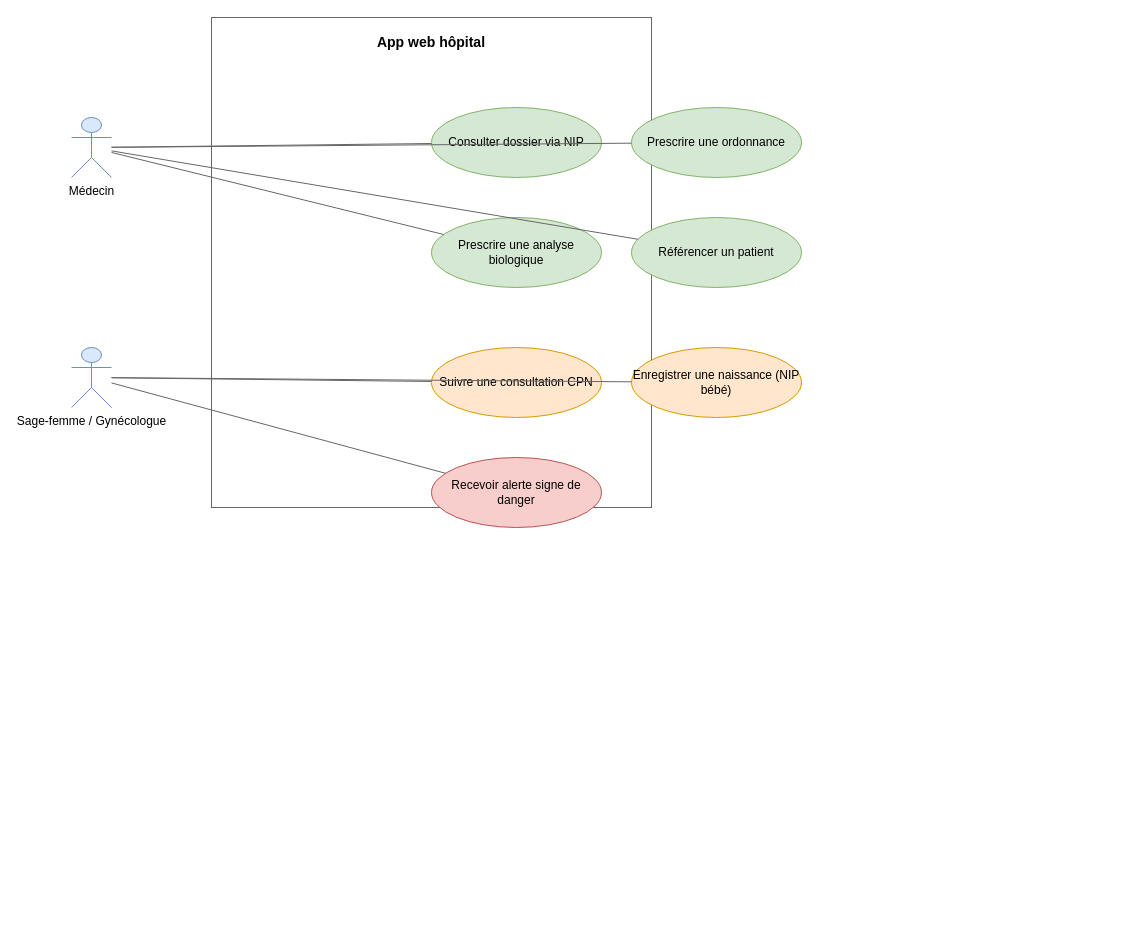
Earlier version of the draw.io diagram page "App Web Hôpital" (6 of 9) of docs/diagrammes/LaafiCare_Cas_Utilisation.drawio (KABORE-c-elie/LaafiCare). Source tidied: cells renumbered, new cells numbered last; positions are measured from the earlier drawing's top-left corner, leaving out a move shared by most shapes. Both pictures are drawn from the tidied source at 100%, with x=0, y=0 at pixel (71, 17).
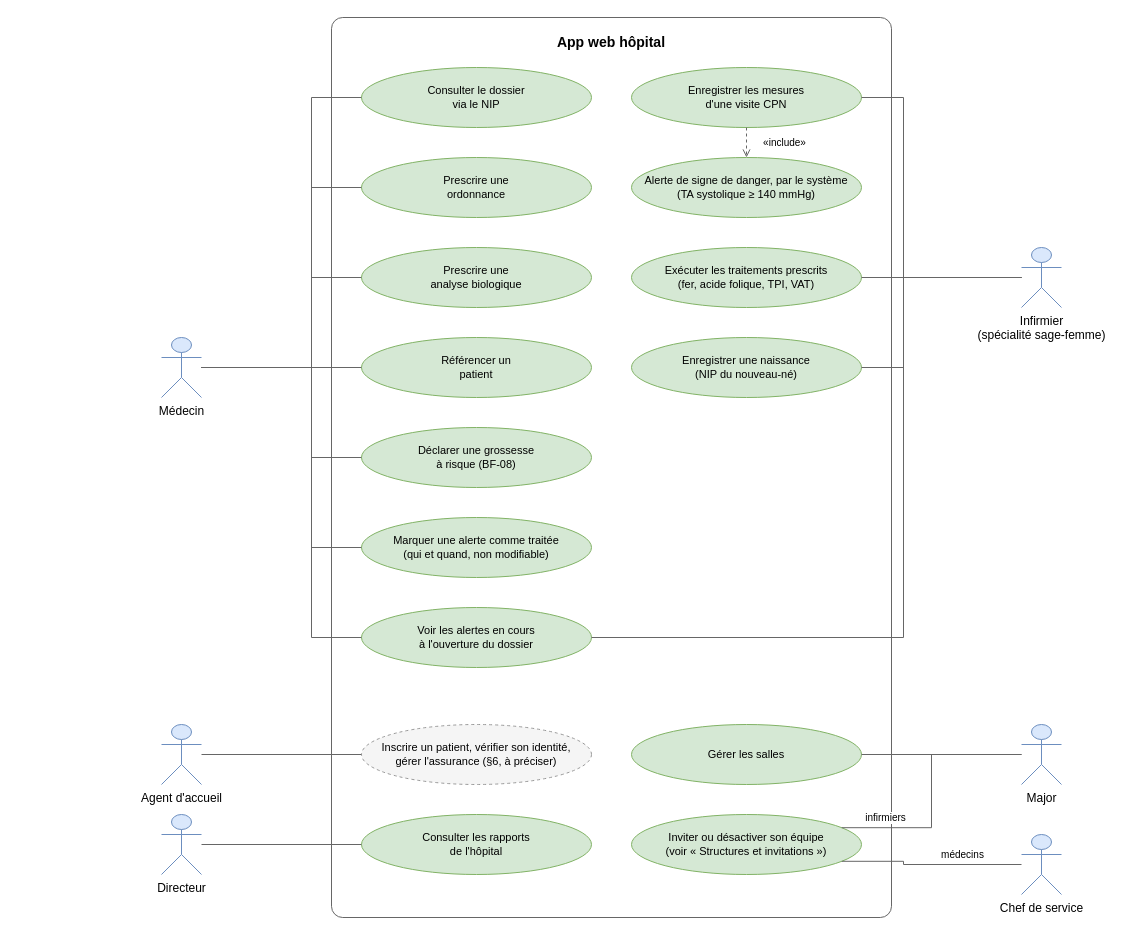
The same page after the edit.

Diff of the diagram source:
```diff
@@
-    <mxCell id="2" value="App web hôpital" style="rounded=8;whiteSpace=wrap;html=1;verticalAlign=top;fillColor=none;strokeColor=#666666;fontSize=14;fontStyle=1;align=center;spacingTop=10;" parent="1" vertex="1">
-      <mxGeometry x="140" width="440" height="490" as="geometry" />
+    <mxCell id="2" value="App web hôpital" style="rounded=1;arcSize=2;whiteSpace=wrap;html=1;verticalAlign=top;fillColor=none;strokeColor=#666666;fontSize=14;fontStyle=1;align=center;spacingTop=10;" parent="1" vertex="1">
+      <mxGeometry x="260" width="560" height="900" as="geometry" />
     </mxCell>
-    <mxCell id="3" value="Médecin" style="shape=umlActor;verticalLabelPosition=bottom;verticalAlign=top;html=1;outlineConnect=0;fillColor=#dae8fc;strokeColor=#6c8ebf;" parent="1" vertex="1">
-      <mxGeometry y="100" width="40" height="60" as="geometry" />
-    </mxCell>
-    <mxCell id="4" value="Sage-femme / Gynécologue" style="shape=umlActor;verticalLabelPosition=bottom;verticalAlign=top;html=1;outlineConnect=0;fillColor=#dae8fc;strokeColor=#6c8ebf;" parent="1" vertex="1">
-      <mxGeometry y="330" width="40" height="60" as="geometry" />
-    </mxCell>
-    <mxCell id="5" value="Consulter dossier via NIP" style="ellipse;whiteSpace=wrap;html=1;fillColor=#d5e8d4;strokeColor=#82b366;" parent="2" vertex="1">
-      <mxGeometry x="220" y="90" width="170" height="70" as="geometry" />
+    <mxCell id="5" value="Consulter le dossier&lt;br/&gt;via le NIP" style="ellipse;whiteSpace=wrap;html=1;fillColor=#d5e8d4;strokeColor=#82b366;fontSize=11;" parent="2" vertex="1">
+      <mxGeometry x="30" y="50" width="230" height="60" as="geometry" />
     </mxCell>
-    <mxCell id="6" value="Prescrire une ordonnance" style="ellipse;whiteSpace=wrap;html=1;fillColor=#d5e8d4;strokeColor=#82b366;" parent="2" vertex="1">
-      <mxGeometry x="420" y="90" width="170" height="70" as="geometry" />
+    <mxCell id="6" value="Prescrire une&lt;br/&gt;ordonnance" style="ellipse;whiteSpace=wrap;html=1;fillColor=#d5e8d4;strokeColor=#82b366;fontSize=11;" parent="2" vertex="1">
+      <mxGeometry x="30" y="140" width="230" height="60" as="geometry" />
     </mxCell>
-    <mxCell id="7" value="Prescrire une analyse biologique" style="ellipse;whiteSpace=wrap;html=1;fillColor=#d5e8d4;strokeColor=#82b366;" parent="2" vertex="1">
-      <mxGeometry x="220" y="200" width="170" height="70" as="geometry" />
+    <mxCell id="7" value="Prescrire une&lt;br/&gt;analyse biologique" style="ellipse;whiteSpace=wrap;html=1;fillColor=#d5e8d4;strokeColor=#82b366;fontSize=11;" parent="2" vertex="1">
+      <mxGeometry x="30" y="230" width="230" height="60" as="geometry" />
     </mxCell>
-    <mxCell id="8" value="Référencer un patient" style="ellipse;whiteSpace=wrap;html=1;fillColor=#d5e8d4;strokeColor=#82b366;" parent="2" vertex="1">
-      <mxGeometry x="420" y="200" width="170" height="70" as="geometry" />
+    <mxCell id="8" value="Référencer un&lt;br/&gt;patient" style="ellipse;whiteSpace=wrap;html=1;fillColor=#d5e8d4;strokeColor=#82b366;fontSize=11;" parent="2" vertex="1">
+      <mxGeometry x="30" y="320" width="230" height="60" as="geometry" />
     </mxCell>
+    <mxCell id="19" value="Déclarer une grossesse&lt;br/&gt;à risque (BF-08)" style="ellipse;whiteSpace=wrap;html=1;fillColor=#d5e8d4;strokeColor=#82b366;fontSize=11;" parent="2" vertex="1">
+      <mxGeometry x="30" y="410" width="230" height="60" as="geometry" />
+    </mxCell>
+    <mxCell id="20" value="Marquer une alerte comme traitée&lt;br/&gt;(qui et quand, non modifiable)" style="ellipse;whiteSpace=wrap;html=1;fillColor=#d5e8d4;strokeColor=#82b366;fontSize=11;" parent="2" vertex="1">
+      <mxGeometry x="30" y="500" width="230" height="60" as="geometry" />
+    </mxCell>
+    <mxCell id="11" value="Voir les alertes en cours&lt;br/&gt;à l'ouverture du dossier" style="ellipse;whiteSpace=wrap;html=1;fillColor=#d5e8d4;strokeColor=#82b366;fontSize=11;" parent="2" vertex="1">
+      <mxGeometry x="30" y="590" width="230" height="60" as="geometry" />
+    </mxCell>
+    <mxCell id="21" value="Inscrire un patient, vérifier son identité,&lt;br/&gt;gérer l'assurance (§6, à préciser)" style="ellipse;whiteSpace=wrap;html=1;fillColor=#f5f5f5;strokeColor=#999999;dashed=1;fontSize=11;" parent="2" vertex="1">
+      <mxGeometry x="30" y="707" width="230" height="60" as="geometry" />
+    </mxCell>
+    <mxCell id="22" value="Consulter les rapports&lt;br/&gt;de l'hôpital" style="ellipse;whiteSpace=wrap;html=1;fillColor=#d5e8d4;strokeColor=#82b366;fontSize=11;" parent="2" vertex="1">
+      <mxGeometry x="30" y="797" width="230" height="60" as="geometry" />
+    </mxCell>
-    <mxCell id="9" value="Suivre une consultation CPN" style="ellipse;whiteSpace=wrap;html=1;fillColor=#ffe6cc;strokeColor=#d79b00;" parent="2" vertex="1">
-      <mxGeometry x="220" y="330" width="170" height="70" as="geometry" />
+    <mxCell id="9" value="Enregistrer les mesures&lt;br/&gt;d'une visite CPN" style="ellipse;whiteSpace=wrap;html=1;fillColor=#d5e8d4;strokeColor=#82b366;fontSize=11;" parent="2" vertex="1">
+      <mxGeometry x="300" y="50" width="230" height="60" as="geometry" />
     </mxCell>
+    <mxCell id="23" value="Alerte de signe de danger, par le système&lt;br/&gt;(TA systolique ≥ 140 mmHg)" style="ellipse;whiteSpace=wrap;html=1;fillColor=#d5e8d4;strokeColor=#82b366;fontSize=11;" parent="2" vertex="1">
+      <mxGeometry x="300" y="140" width="230" height="60" as="geometry" />
+    </mxCell>
+    <mxCell id="24" value="Exécuter les traitements prescrits&lt;br/&gt;(fer, acide folique, TPI, VAT)" style="ellipse;whiteSpace=wrap;html=1;fillColor=#d5e8d4;strokeColor=#82b366;fontSize=11;" parent="2" vertex="1">
+      <mxGeometry x="300" y="230" width="230" height="60" as="geometry" />
+    </mxCell>
-    <mxCell id="10" value="Enregistrer une naissance (NIP bébé)" style="ellipse;whiteSpace=wrap;html=1;fillColor=#ffe6cc;strokeColor=#d79b00;" parent="2" vertex="1">
-      <mxGeometry x="420" y="330" width="170" height="70" as="geometry" />
+    <mxCell id="10" value="Enregistrer une naissance&lt;br/&gt;(NIP du nouveau-né)" style="ellipse;whiteSpace=wrap;html=1;fillColor=#d5e8d4;strokeColor=#82b366;fontSize=11;" parent="2" vertex="1">
+      <mxGeometry x="300" y="320" width="230" height="60" as="geometry" />
     </mxCell>
-    <mxCell id="11" value="Recevoir alerte signe de danger" style="ellipse;whiteSpace=wrap;html=1;fillColor=#f8cecc;strokeColor=#b85450;" parent="2" vertex="1">
-      <mxGeometry x="220" y="440" width="170" height="70" as="geometry" />
-    </mxCell>
+    <mxCell id="25" value="Gérer les salles" style="ellipse;whiteSpace=wrap;html=1;fillColor=#d5e8d4;strokeColor=#82b366;fontSize=11;" parent="2" vertex="1">
+      <mxGeometry x="300" y="707" width="230" height="60" as="geometry" />
+    </mxCell>
+    <mxCell id="26" value="Inviter ou désactiver son équipe&lt;br/&gt;(voir « Structures et invitations »)" style="ellipse;whiteSpace=wrap;html=1;fillColor=#d5e8d4;strokeColor=#82b366;fontSize=11;" parent="2" vertex="1">
+      <mxGeometry x="300" y="797" width="230" height="60" as="geometry" />
+    </mxCell>
+    <mxCell id="3" value="Médecin" style="shape=umlActor;verticalLabelPosition=bottom;verticalAlign=top;html=1;outlineConnect=0;fillColor=#dae8fc;strokeColor=#6c8ebf;" parent="1" vertex="1">
+      <mxGeometry x="90" y="320" width="40" height="60" as="geometry" />
+    </mxCell>
+    <mxCell id="27" value="Agent d'accueil" style="shape=umlActor;verticalLabelPosition=bottom;verticalAlign=top;html=1;outlineConnect=0;fillColor=#dae8fc;strokeColor=#6c8ebf;" parent="1" vertex="1">
+      <mxGeometry x="90" y="707" width="40" height="60" as="geometry" />
+    </mxCell>
+    <mxCell id="28" value="Directeur" style="shape=umlActor;verticalLabelPosition=bottom;verticalAlign=top;html=1;outlineConnect=0;fillColor=#dae8fc;strokeColor=#6c8ebf;" parent="1" vertex="1">
+      <mxGeometry x="90" y="797" width="40" height="60" as="geometry" />
+    </mxCell>
+    <mxCell id="29" value="Infirmier&lt;br/&gt;(spécialité sage-femme)" style="shape=umlActor;verticalLabelPosition=bottom;verticalAlign=top;html=1;outlineConnect=0;fillColor=#dae8fc;strokeColor=#6c8ebf;" parent="1" vertex="1">
+      <mxGeometry x="950" y="230" width="40" height="60" as="geometry" />
+    </mxCell>
+    <mxCell id="30" value="Major" style="shape=umlActor;verticalLabelPosition=bottom;verticalAlign=top;html=1;outlineConnect=0;fillColor=#dae8fc;strokeColor=#6c8ebf;" parent="1" vertex="1">
+      <mxGeometry x="950" y="707" width="40" height="60" as="geometry" />
+    </mxCell>
+    <mxCell id="31" value="Chef de service" style="shape=umlActor;verticalLabelPosition=bottom;verticalAlign=top;html=1;outlineConnect=0;fillColor=#dae8fc;strokeColor=#6c8ebf;" parent="1" vertex="1">
+      <mxGeometry x="950" y="817" width="40" height="60" as="geometry" />
+    </mxCell>
-    <mxCell id="12" style="endArrow=none;html=1;strokeColor=#666666;" parent="1" edge="1" source="3" target="5">
-      <mxGeometry relative="1" as="geometry" />
+    <mxCell id="12" style="edgeStyle=orthogonalEdgeStyle;rounded=0;html=1;endArrow=none;strokeColor=#666666;fontSize=10;labelBackgroundColor=#ffffff;exitX=1;exitY=0.5;exitDx=0;exitDy=0;exitPerimeter=0;entryX=0.0000;entryY=0.5000;entryDx=0;entryDy=0;entryPerimeter=0;" parent="1" edge="1" source="3" target="5">
+      <mxGeometry relative="1" as="geometry">
+        <Array as="points">
+          <mxPoint x="240" y="350" />
+          <mxPoint x="240" y="80" />
+        </Array>
+      </mxGeometry>
     </mxCell>
-    <mxCell id="13" style="endArrow=none;html=1;strokeColor=#666666;" parent="1" edge="1" source="3" target="6">
-      <mxGeometry relative="1" as="geometry" />
+    <mxCell id="13" style="edgeStyle=orthogonalEdgeStyle;rounded=0;html=1;endArrow=none;strokeColor=#666666;fontSize=10;labelBackgroundColor=#ffffff;exitX=1;exitY=0.5;exitDx=0;exitDy=0;exitPerimeter=0;entryX=0.0000;entryY=0.5000;entryDx=0;entryDy=0;entryPerimeter=0;" parent="1" edge="1" source="3" target="6">
+      <mxGeometry relative="1" as="geometry">
+        <Array as="points">
+          <mxPoint x="240" y="350" />
+          <mxPoint x="240" y="170" />
+        </Array>
+      </mxGeometry>
     </mxCell>
-    <mxCell id="14" style="endArrow=none;html=1;strokeColor=#666666;" parent="1" edge="1" source="3" target="7">
-      <mxGeometry relative="1" as="geometry" />
+    <mxCell id="14" style="edgeStyle=orthogonalEdgeStyle;rounded=0;html=1;endArrow=none;strokeColor=#666666;fontSize=10;labelBackgroundColor=#ffffff;exitX=1;exitY=0.5;exitDx=0;exitDy=0;exitPerimeter=0;entryX=0.0000;entryY=0.5000;entryDx=0;entryDy=0;entryPerimeter=0;" parent="1" edge="1" source="3" target="7">
+      <mxGeometry relative="1" as="geometry">
+        <Array as="points">
+          <mxPoint x="240" y="350" />
+          <mxPoint x="240" y="260" />
+        </Array>
+      </mxGeometry>
     </mxCell>
-    <mxCell id="15" style="endArrow=none;html=1;strokeColor=#666666;" parent="1" edge="1" source="3" target="8">
+    <mxCell id="15" style="edgeStyle=orthogonalEdgeStyle;rounded=0;html=1;endArrow=none;strokeColor=#666666;fontSize=10;labelBackgroundColor=#ffffff;exitX=1;exitY=0.5;exitDx=0;exitDy=0;exitPerimeter=0;entryX=0.0000;entryY=0.5000;entryDx=0;entryDy=0;entryPerimeter=0;" parent="1" edge="1" source="3" target="8">
       <mxGeometry relative="1" as="geometry" />
     </mxCell>
-    <mxCell id="16" style="endArrow=none;html=1;strokeColor=#666666;" parent="1" edge="1" source="4" target="9">
-      <mxGeometry relative="1" as="geometry" />
-    </mxCell>
-    <mxCell id="17" style="endArrow=none;html=1;strokeColor=#666666;" parent="1" edge="1" source="4" target="10">
-      <mxGeometry relative="1" as="geometry" />
-    </mxCell>
-    <mxCell id="18" style="endArrow=none;html=1;strokeColor=#666666;" parent="1" edge="1" source="4" target="11">
-      <mxGeometry relative="1" as="geometry" />
-    </mxCell>
+    <mxCell id="32" style="edgeStyle=orthogonalEdgeStyle;rounded=0;html=1;endArrow=none;strokeColor=#666666;fontSize=10;labelBackgroundColor=#ffffff;exitX=1;exitY=0.5;exitDx=0;exitDy=0;exitPerimeter=0;entryX=0.0000;entryY=0.5000;entryDx=0;entryDy=0;entryPerimeter=0;" parent="1" edge="1" source="3" target="19">
+      <mxGeometry relative="1" as="geometry">
+        <Array as="points">
+          <mxPoint x="240" y="350" />
+          <mxPoint x="240" y="440" />
+        </Array>
+      </mxGeometry>
+    </mxCell>
+    <mxCell id="33" style="edgeStyle=orthogonalEdgeStyle;rounded=0;html=1;endArrow=none;strokeColor=#666666;fontSize=10;labelBackgroundColor=#ffffff;exitX=1;exitY=0.5;exitDx=0;exitDy=0;exitPerimeter=0;entryX=0.0000;entryY=0.5000;entryDx=0;entryDy=0;entryPerimeter=0;" parent="1" edge="1" source="3" target="20">
+      <mxGeometry relative="1" as="geometry">
+        <Array as="points">
+          <mxPoint x="240" y="350" />
+          <mxPoint x="240" y="530" />
+        </Array>
+      </mxGeometry>
+    </mxCell>
+    <mxCell id="34" style="edgeStyle=orthogonalEdgeStyle;rounded=0;html=1;endArrow=none;strokeColor=#666666;fontSize=10;labelBackgroundColor=#ffffff;exitX=1;exitY=0.5;exitDx=0;exitDy=0;exitPerimeter=0;entryX=0.0000;entryY=0.5000;entryDx=0;entryDy=0;entryPerimeter=0;" parent="1" edge="1" source="3" target="11">
+      <mxGeometry relative="1" as="geometry">
+        <Array as="points">
+          <mxPoint x="240" y="350" />
+          <mxPoint x="240" y="620" />
+        </Array>
+      </mxGeometry>
+    </mxCell>
+    <mxCell id="35" style="edgeStyle=orthogonalEdgeStyle;rounded=0;html=1;endArrow=none;strokeColor=#666666;fontSize=10;labelBackgroundColor=#ffffff;exitX=0;exitY=0.5;exitDx=0;exitDy=0;exitPerimeter=0;entryX=1.0000;entryY=0.5000;entryDx=0;entryDy=0;entryPerimeter=0;" parent="1" edge="1" source="29" target="9">
+      <mxGeometry relative="1" as="geometry">
+        <Array as="points">
+          <mxPoint x="832" y="260" />
+          <mxPoint x="832" y="80" />
+        </Array>
+      </mxGeometry>
+    </mxCell>
+    <mxCell id="36" style="edgeStyle=orthogonalEdgeStyle;rounded=0;html=1;endArrow=none;strokeColor=#666666;fontSize=10;labelBackgroundColor=#ffffff;exitX=0;exitY=0.5;exitDx=0;exitDy=0;exitPerimeter=0;entryX=1.0000;entryY=0.5000;entryDx=0;entryDy=0;entryPerimeter=0;" parent="1" edge="1" source="29" target="24">
+      <mxGeometry relative="1" as="geometry" />
+    </mxCell>
+    <mxCell id="37" style="edgeStyle=orthogonalEdgeStyle;rounded=0;html=1;endArrow=none;strokeColor=#666666;fontSize=10;labelBackgroundColor=#ffffff;exitX=0;exitY=0.5;exitDx=0;exitDy=0;exitPerimeter=0;entryX=1.0000;entryY=0.5000;entryDx=0;entryDy=0;entryPerimeter=0;" parent="1" edge="1" source="29" target="10">
+      <mxGeometry relative="1" as="geometry">
+        <Array as="points">
+          <mxPoint x="832" y="260" />
+          <mxPoint x="832" y="350" />
+        </Array>
+      </mxGeometry>
+    </mxCell>
+    <mxCell id="38" style="edgeStyle=orthogonalEdgeStyle;rounded=0;html=1;endArrow=none;strokeColor=#666666;fontSize=10;labelBackgroundColor=#ffffff;exitX=0;exitY=0.5;exitDx=0;exitDy=0;exitPerimeter=0;entryX=1.0000;entryY=0.5000;entryDx=0;entryDy=0;entryPerimeter=0;" parent="1" edge="1" source="29" target="11">
+      <mxGeometry relative="1" as="geometry">
+        <Array as="points">
+          <mxPoint x="832" y="260" />
+          <mxPoint x="832" y="620" />
+        </Array>
+      </mxGeometry>
+    </mxCell>
+    <mxCell id="39" style="edgeStyle=orthogonalEdgeStyle;rounded=0;html=1;endArrow=none;strokeColor=#666666;fontSize=10;labelBackgroundColor=#ffffff;exitX=1;exitY=0.5;exitDx=0;exitDy=0;exitPerimeter=0;entryX=0.0000;entryY=0.5000;entryDx=0;entryDy=0;entryPerimeter=0;" parent="1" edge="1" source="27" target="21">
+      <mxGeometry relative="1" as="geometry" />
+    </mxCell>
+    <mxCell id="40" style="edgeStyle=orthogonalEdgeStyle;rounded=0;html=1;endArrow=none;strokeColor=#666666;fontSize=10;labelBackgroundColor=#ffffff;exitX=1;exitY=0.5;exitDx=0;exitDy=0;exitPerimeter=0;entryX=0.0000;entryY=0.5000;entryDx=0;entryDy=0;entryPerimeter=0;" parent="1" edge="1" source="28" target="22">
+      <mxGeometry relative="1" as="geometry" />
+    </mxCell>
+    <mxCell id="41" style="edgeStyle=orthogonalEdgeStyle;rounded=0;html=1;endArrow=none;strokeColor=#666666;fontSize=10;labelBackgroundColor=#ffffff;exitX=0;exitY=0.5;exitDx=0;exitDy=0;exitPerimeter=0;entryX=1.0000;entryY=0.5000;entryDx=0;entryDy=0;entryPerimeter=0;" parent="1" edge="1" source="30" target="25">
+      <mxGeometry relative="1" as="geometry" />
+    </mxCell>
+    <mxCell id="42" value="infirmiers" style="edgeStyle=orthogonalEdgeStyle;rounded=0;html=1;endArrow=none;strokeColor=#666666;fontSize=10;labelBackgroundColor=#ffffff;exitX=0;exitY=0.5;exitDx=0;exitDy=0;exitPerimeter=0;entryX=0.9142;entryY=0.2200;entryDx=0;entryDy=0;entryPerimeter=0;" parent="1" edge="1" source="30" target="26">
+      <mxGeometry x="0.65" relative="1" as="geometry">
+        <Array as="points">
+          <mxPoint x="860" y="737" />
+          <mxPoint x="860" y="810" />
+        </Array>
+        <mxPoint y="-10" as="offset" />
+      </mxGeometry>
+    </mxCell>
+    <mxCell id="43" value="médecins" style="edgeStyle=orthogonalEdgeStyle;rounded=0;html=1;endArrow=none;strokeColor=#666666;fontSize=10;labelBackgroundColor=#ffffff;exitX=0;exitY=0.5;exitDx=0;exitDy=0;exitPerimeter=0;entryX=0.9142;entryY=0.7800;entryDx=0;entryDy=0;entryPerimeter=0;" parent="1" edge="1" source="31" target="26">
+      <mxGeometry x="-0.35" relative="1" as="geometry">
+        <Array as="points">
+          <mxPoint x="832" y="847" />
+          <mxPoint x="832" y="844" />
+        </Array>
+        <mxPoint y="-10" as="offset" />
+      </mxGeometry>
+    </mxCell>
+    <mxCell id="44" value="«include»" style="edgeStyle=orthogonalEdgeStyle;rounded=0;html=1;endArrow=open;endFill=0;dashed=1;strokeColor=#666666;fontSize=10;labelBackgroundColor=#ffffff;exitX=0.5000;exitY=1.0000;exitDx=0;exitDy=0;exitPerimeter=0;entryX=0.5000;entryY=0.0000;entryDx=0;entryDy=0;entryPerimeter=0;" parent="1" edge="1" source="9" target="23">
+      <mxGeometry relative="1" as="geometry">
+        <mxPoint x="38" as="offset" />
+      </mxGeometry>
+    </mxCell>
```
